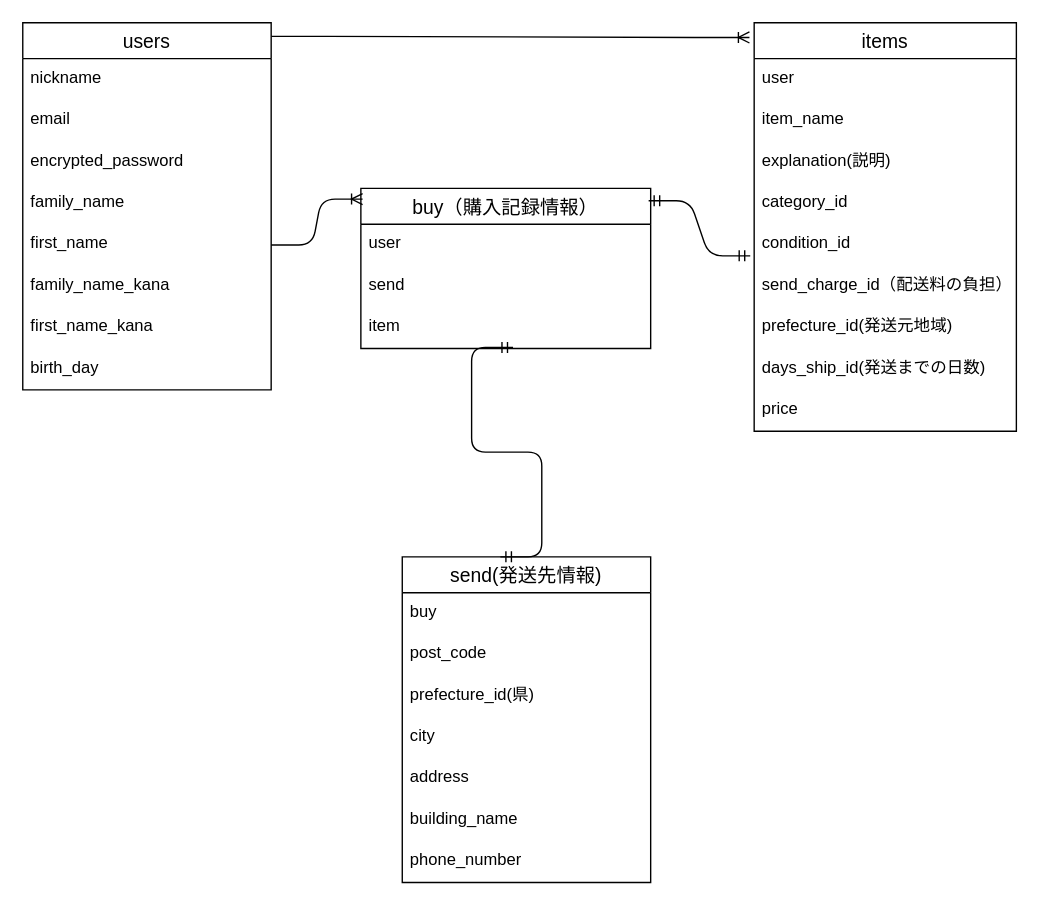
Before: furima-37971.dio in monday0413/furima-37971, a draw.io diagram. Source tidied: cells renumbered, new cells numbered last; positions are measured from the earlier drawing's top-left corner, leaving out a move shared by most shapes. Both pictures are drawn from the tidied source at 138%, with x=0, y=0 at pixel (22, 22).
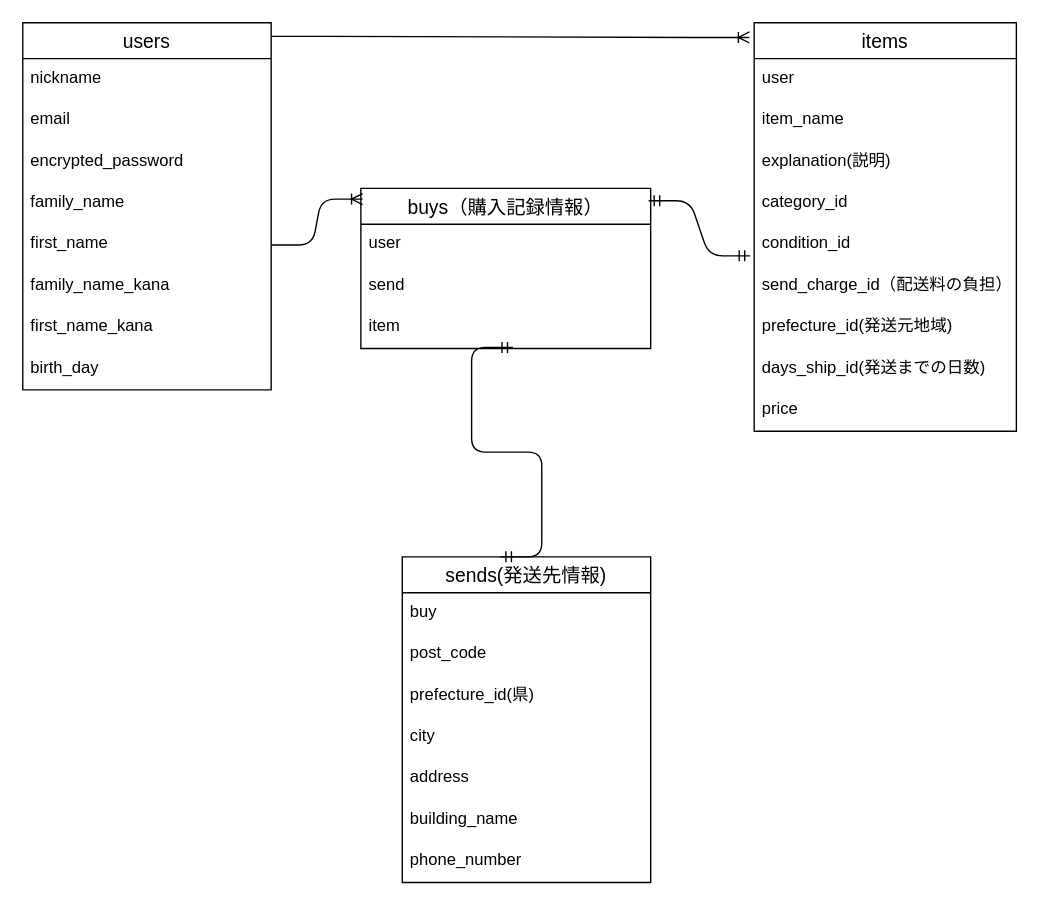
The same diagram, later.

Change to the diagram source:
```diff
@@
-    <mxCell id="11" value="buy（購入記録情報） " style="swimlane;fontStyle=0;horizontal=1;startSize=26;align=center;fontSize=14;" parent="1" vertex="1">
+    <mxCell id="11" value="buys（購入記録情報） " style="swimlane;fontStyle=0;horizontal=1;startSize=26;align=center;fontSize=14;" parent="1" vertex="1">
       <mxGeometry x="245" y="120" width="210" height="116" as="geometry" />
     </mxCell>
@@
-    <mxCell id="25" value="send(発送先情報)" style="swimlane;fontStyle=0;horizontal=1;startSize=26;align=center;fontSize=14;" parent="1" vertex="1">
+    <mxCell id="25" value="sends(発送先情報)" style="swimlane;fontStyle=0;horizontal=1;startSize=26;align=center;fontSize=14;" parent="1" vertex="1">
       <mxGeometry x="275" y="387" width="180" height="236" as="geometry" />
     </mxCell>
```
